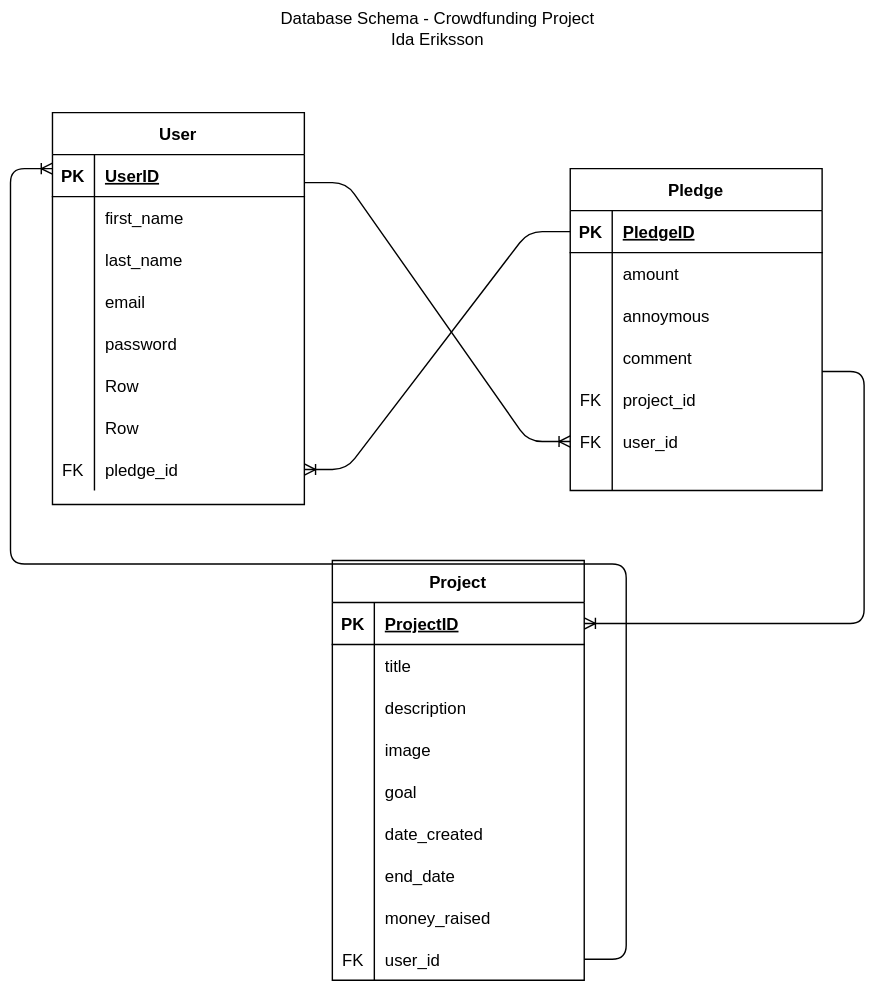
idaanna/crowdfunding_back_end keeps this draw.io diagram as cf.drawio.svg. Above is the earlier version. Source tidied: cells renumbered, new cells last; positions are measured from the earlier drawing's top-left corner, leaving out a move shared by most shapes.
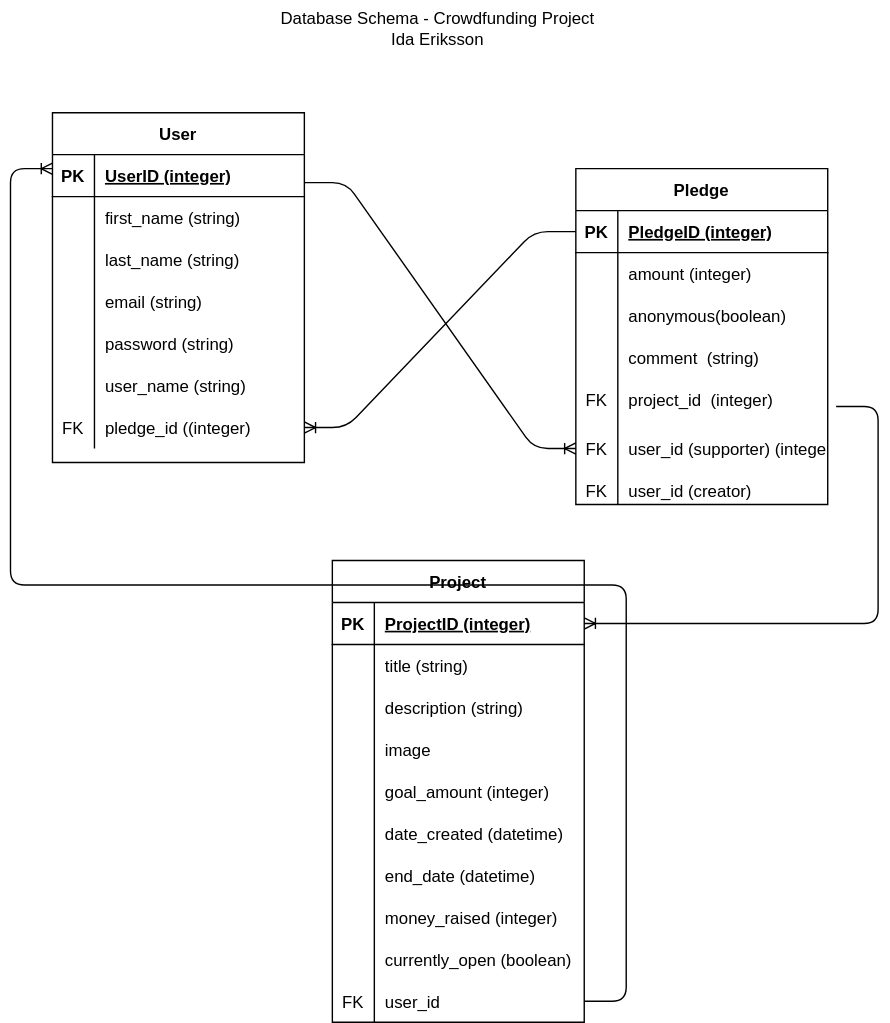
Later version of the same file.

Commit message:
Database planning updates

What changed in the source:
```diff
@@ -5,3 +5,3 @@
     <mxCell id="2" value="User" style="shape=table;startSize=30;rowLines=0;fontStyle=1;align=center;" parent="1" vertex="1">
-      <mxGeometry y="80" width="180" height="280" as="geometry" />
+      <mxGeometry y="80" width="180" height="250" as="geometry" />
     </mxCell>
@@ -13,3 +13,3 @@
     </mxCell>
-    <mxCell id="5" value="UserID" style="shape=partialRectangle;fillColor=none;top=0;left=0;bottom=0;right=0;align=left;spacingLeft=6;fontStyle=5;overflow=hidden;" parent="3" vertex="1">
+    <mxCell id="5" value="UserID (integer)" style="shape=partialRectangle;fillColor=none;top=0;left=0;bottom=0;right=0;align=left;spacingLeft=6;fontStyle=5;overflow=hidden;" parent="3" vertex="1">
       <mxGeometry x="30" width="150" height="30" as="geometry" />
@@ -22,3 +22,3 @@
     </mxCell>
-    <mxCell id="8" value="first_name" style="shape=partialRectangle;fillColor=none;top=0;left=0;bottom=0;right=0;align=left;spacingLeft=6;overflow=hidden;" parent="6" vertex="1">
+    <mxCell id="8" value="first_name (string)" style="shape=partialRectangle;fillColor=none;top=0;left=0;bottom=0;right=0;align=left;spacingLeft=6;overflow=hidden;" parent="6" vertex="1">
       <mxGeometry x="30" width="150" height="30" as="geometry" />
@@ -31,3 +31,3 @@
     </mxCell>
-    <mxCell id="11" value="last_name" style="shape=partialRectangle;fillColor=none;top=0;left=0;bottom=0;right=0;align=left;spacingLeft=6;overflow=hidden;" parent="9" vertex="1">
+    <mxCell id="11" value="last_name (string)" style="shape=partialRectangle;fillColor=none;top=0;left=0;bottom=0;right=0;align=left;spacingLeft=6;overflow=hidden;" parent="9" vertex="1">
       <mxGeometry x="30" width="150" height="30" as="geometry" />
@@ -40,3 +40,3 @@
     </mxCell>
-    <mxCell id="14" value="email" style="shape=partialRectangle;fillColor=none;top=0;left=0;bottom=0;right=0;align=left;spacingLeft=6;overflow=hidden;" parent="12" vertex="1">
+    <mxCell id="14" value="email (string)" style="shape=partialRectangle;fillColor=none;top=0;left=0;bottom=0;right=0;align=left;spacingLeft=6;overflow=hidden;" parent="12" vertex="1">
       <mxGeometry x="30" width="150" height="30" as="geometry" />
@@ -49,3 +49,3 @@
     </mxCell>
-    <mxCell id="17" value="password" style="shape=partialRectangle;fillColor=none;top=0;left=0;bottom=0;right=0;align=left;spacingLeft=6;overflow=hidden;" parent="15" vertex="1">
+    <mxCell id="17" value="password (string)" style="shape=partialRectangle;fillColor=none;top=0;left=0;bottom=0;right=0;align=left;spacingLeft=6;overflow=hidden;" parent="15" vertex="1">
       <mxGeometry x="30" width="150" height="30" as="geometry" />
@@ -58,16 +58,7 @@
     </mxCell>
-    <mxCell id="20" value="Row" style="shape=partialRectangle;fillColor=none;top=0;left=0;bottom=0;right=0;align=left;spacingLeft=6;overflow=hidden;" parent="18" vertex="1">
+    <mxCell id="20" value="user_name (string)" style="shape=partialRectangle;fillColor=none;top=0;left=0;bottom=0;right=0;align=left;spacingLeft=6;overflow=hidden;" parent="18" vertex="1">
       <mxGeometry x="30" width="150" height="30" as="geometry" />
     </mxCell>
-    <mxCell id="21" style="shape=tableRow;horizontal=0;startSize=0;swimlaneHead=0;swimlaneBody=0;fillColor=none;top=0;left=0;right=0;bottom=0;" parent="2" vertex="1">
-      <mxGeometry y="210" width="180" height="30" as="geometry" />
-    </mxCell>
-    <mxCell id="22" style="shape=partialRectangle;fillColor=none;top=0;left=0;bottom=0;right=0;overflow=hidden;" parent="21" vertex="1">
-      <mxGeometry width="30" height="30" as="geometry" />
-    </mxCell>
-    <mxCell id="23" value="Row" style="shape=partialRectangle;fillColor=none;top=0;left=0;bottom=0;right=0;align=left;spacingLeft=6;overflow=hidden;" parent="21" vertex="1">
-      <mxGeometry x="30" width="150" height="30" as="geometry" />
-    </mxCell>
     <mxCell id="24" style="shape=tableRow;horizontal=0;startSize=0;swimlaneHead=0;swimlaneBody=0;fillColor=none;points=[[0,0.5],[1,0.5]];portConstraint=eastwest;top=0;left=0;right=0;bottom=0;" parent="2" vertex="1">
-      <mxGeometry y="240" width="180" height="30" as="geometry" />
+      <mxGeometry y="210" width="180" height="30" as="geometry" />
     </mxCell>
@@ -76,3 +67,3 @@
     </mxCell>
-    <mxCell id="26" value="pledge_id" style="shape=partialRectangle;fillColor=none;top=0;left=0;bottom=0;right=0;align=left;spacingLeft=6;fontStyle=0;overflow=hidden;" parent="24" vertex="1">
+    <mxCell id="26" value="pledge_id ((integer)" style="shape=partialRectangle;fillColor=none;top=0;left=0;bottom=0;right=0;align=left;spacingLeft=6;fontStyle=0;overflow=hidden;" parent="24" vertex="1">
       <mxGeometry x="30" width="150" height="30" as="geometry" />
@@ -80,3 +71,3 @@
     <mxCell id="27" value="Pledge" style="shape=table;startSize=30;rowLines=0;fontStyle=1;align=center;" parent="1" vertex="1">
-      <mxGeometry x="370" y="120" width="180" height="230" as="geometry" />
+      <mxGeometry x="374" y="120" width="180" height="240" as="geometry" />
     </mxCell>
@@ -88,3 +79,3 @@
     </mxCell>
-    <mxCell id="30" value="PledgeID" style="shape=partialRectangle;fillColor=none;top=0;left=0;bottom=0;right=0;align=left;spacingLeft=6;fontStyle=5;overflow=hidden;" parent="28" vertex="1">
+    <mxCell id="30" value="PledgeID (integer)" style="shape=partialRectangle;fillColor=none;top=0;left=0;bottom=0;right=0;align=left;spacingLeft=6;fontStyle=5;overflow=hidden;" parent="28" vertex="1">
       <mxGeometry x="30" width="150" height="30" as="geometry" />
@@ -97,3 +88,3 @@
     </mxCell>
-    <mxCell id="33" value="amount" style="shape=partialRectangle;fillColor=none;top=0;left=0;bottom=0;right=0;align=left;spacingLeft=6;overflow=hidden;" parent="31" vertex="1">
+    <mxCell id="33" value="amount (integer)" style="shape=partialRectangle;fillColor=none;top=0;left=0;bottom=0;right=0;align=left;spacingLeft=6;overflow=hidden;" parent="31" vertex="1">
       <mxGeometry x="30" width="150" height="30" as="geometry" />
@@ -106,3 +97,3 @@
     </mxCell>
-    <mxCell id="36" value="annoymous" style="shape=partialRectangle;fillColor=none;top=0;left=0;bottom=0;right=0;align=left;spacingLeft=6;overflow=hidden;" parent="34" vertex="1">
+    <mxCell id="36" value="anonymous(boolean)" style="shape=partialRectangle;fillColor=none;top=0;left=0;bottom=0;right=0;align=left;spacingLeft=6;overflow=hidden;" parent="34" vertex="1">
       <mxGeometry x="30" width="150" height="30" as="geometry" />
@@ -115,3 +106,3 @@
     </mxCell>
-    <mxCell id="39" value="comment " style="shape=partialRectangle;fillColor=none;top=0;left=0;bottom=0;right=0;align=left;spacingLeft=6;overflow=hidden;" parent="37" vertex="1">
+    <mxCell id="39" value="comment  (string)" style="shape=partialRectangle;fillColor=none;top=0;left=0;bottom=0;right=0;align=left;spacingLeft=6;overflow=hidden;" parent="37" vertex="1">
       <mxGeometry x="30" width="150" height="30" as="geometry" />
@@ -124,3 +115,3 @@
     </mxCell>
-    <mxCell id="42" value="project_id" style="shape=partialRectangle;fillColor=none;top=0;left=0;bottom=0;right=0;align=left;spacingLeft=6;fontStyle=0;overflow=hidden;" parent="40" vertex="1">
+    <mxCell id="42" value="project_id  (integer)" style="shape=partialRectangle;fillColor=none;top=0;left=0;bottom=0;right=0;align=left;spacingLeft=6;fontStyle=0;overflow=hidden;" parent="40" vertex="1">
       <mxGeometry x="30" width="150" height="30" as="geometry" />
@@ -128,17 +119,17 @@
     <mxCell id="43" style="shape=tableRow;horizontal=0;startSize=0;swimlaneHead=0;swimlaneBody=0;fillColor=none;points=[[0,0.5],[1,0.5]];portConstraint=eastwest;top=0;left=0;right=0;bottom=0;" parent="27" vertex="1">
-      <mxGeometry y="180" width="180" height="30" as="geometry" />
+      <mxGeometry y="180" width="180" height="40" as="geometry" />
     </mxCell>
     <mxCell id="44" value="FK" style="shape=partialRectangle;fillColor=none;top=0;left=0;bottom=0;right=0;fontStyle=0;overflow=hidden;" parent="43" vertex="1">
-      <mxGeometry width="30" height="30" as="geometry" />
+      <mxGeometry width="30" height="40" as="geometry" />
     </mxCell>
-    <mxCell id="45" value="user_id" style="shape=partialRectangle;fillColor=none;top=0;left=0;bottom=0;right=0;align=left;spacingLeft=6;fontStyle=0;overflow=hidden;" parent="43" vertex="1">
-      <mxGeometry x="30" width="150" height="30" as="geometry" />
+    <mxCell id="45" value="user_id (supporter) (integer)" style="shape=partialRectangle;fillColor=none;top=0;left=0;bottom=0;right=0;align=left;spacingLeft=6;fontStyle=0;overflow=hidden;" parent="43" vertex="1">
+      <mxGeometry x="30" width="150" height="40" as="geometry" />
     </mxCell>
     <mxCell id="46" style="shape=tableRow;horizontal=0;startSize=0;swimlaneHead=0;swimlaneBody=0;fillColor=none;top=0;left=0;right=0;bottom=0;" parent="27" vertex="1">
-      <mxGeometry y="210" width="180" height="20" as="geometry" />
+      <mxGeometry y="220" width="180" height="20" as="geometry" />
     </mxCell>
-    <mxCell id="47" style="shape=partialRectangle;fillColor=none;top=0;left=0;bottom=0;right=0;overflow=hidden;" parent="46" vertex="1">
+    <mxCell id="47" value="FK" style="shape=partialRectangle;fillColor=none;top=0;left=0;bottom=0;right=0;overflow=hidden;" parent="46" vertex="1">
       <mxGeometry width="30" height="20" as="geometry" />
     </mxCell>
-    <mxCell id="48" style="shape=partialRectangle;fillColor=none;top=0;left=0;bottom=0;right=0;align=left;spacingLeft=6;overflow=hidden;" parent="46" vertex="1">
+    <mxCell id="48" value="user_id (creator)" style="shape=partialRectangle;fillColor=none;top=0;left=0;bottom=0;right=0;align=left;spacingLeft=6;overflow=hidden;" parent="46" vertex="1">
       <mxGeometry x="30" width="150" height="20" as="geometry" />
@@ -146,3 +137,3 @@
     <mxCell id="49" value="Project" style="shape=table;startSize=30;rowLines=0;fontStyle=1;align=center;" parent="1" vertex="1">
-      <mxGeometry x="200" y="400" width="180" height="300" as="geometry" />
+      <mxGeometry x="200" y="400" width="180" height="330" as="geometry" />
     </mxCell>
@@ -154,3 +145,3 @@
     </mxCell>
-    <mxCell id="52" value="ProjectID" style="shape=partialRectangle;fillColor=none;top=0;left=0;bottom=0;right=0;align=left;spacingLeft=6;fontStyle=5;overflow=hidden;" parent="50" vertex="1">
+    <mxCell id="52" value="ProjectID (integer)" style="shape=partialRectangle;fillColor=none;top=0;left=0;bottom=0;right=0;align=left;spacingLeft=6;fontStyle=5;overflow=hidden;" parent="50" vertex="1">
       <mxGeometry x="30" width="150" height="30" as="geometry" />
@@ -163,3 +154,3 @@
     </mxCell>
-    <mxCell id="55" value="title" style="shape=partialRectangle;fillColor=none;top=0;left=0;bottom=0;right=0;align=left;spacingLeft=6;overflow=hidden;" parent="53" vertex="1">
+    <mxCell id="55" value="title (string)" style="shape=partialRectangle;fillColor=none;top=0;left=0;bottom=0;right=0;align=left;spacingLeft=6;overflow=hidden;" parent="53" vertex="1">
       <mxGeometry x="30" width="150" height="30" as="geometry" />
@@ -172,3 +163,3 @@
     </mxCell>
-    <mxCell id="58" value="description" style="shape=partialRectangle;fillColor=none;top=0;left=0;bottom=0;right=0;align=left;spacingLeft=6;overflow=hidden;" parent="56" vertex="1">
+    <mxCell id="58" value="description (string)" style="shape=partialRectangle;fillColor=none;top=0;left=0;bottom=0;right=0;align=left;spacingLeft=6;overflow=hidden;" parent="56" vertex="1">
       <mxGeometry x="30" width="150" height="30" as="geometry" />
@@ -190,3 +181,3 @@
     </mxCell>
-    <mxCell id="64" value="goal" style="shape=partialRectangle;fillColor=none;top=0;left=0;bottom=0;right=0;align=left;spacingLeft=6;overflow=hidden;" parent="62" vertex="1">
+    <mxCell id="64" value="goal_amount (integer)" style="shape=partialRectangle;fillColor=none;top=0;left=0;bottom=0;right=0;align=left;spacingLeft=6;overflow=hidden;" parent="62" vertex="1">
       <mxGeometry x="30" width="150" height="30" as="geometry" />
@@ -199,3 +190,3 @@
     </mxCell>
-    <mxCell id="67" value="date_created" style="shape=partialRectangle;fillColor=none;top=0;left=0;bottom=0;right=0;align=left;spacingLeft=6;overflow=hidden;" parent="65" vertex="1">
+    <mxCell id="67" value="date_created (datetime)" style="shape=partialRectangle;fillColor=none;top=0;left=0;bottom=0;right=0;align=left;spacingLeft=6;overflow=hidden;" parent="65" vertex="1">
       <mxGeometry x="30" width="150" height="30" as="geometry" />
@@ -208,3 +199,3 @@
     </mxCell>
-    <mxCell id="70" value="end_date" style="shape=partialRectangle;fillColor=none;top=0;left=0;bottom=0;right=0;align=left;spacingLeft=6;overflow=hidden;" parent="68" vertex="1">
+    <mxCell id="70" value="end_date (datetime)" style="shape=partialRectangle;fillColor=none;top=0;left=0;bottom=0;right=0;align=left;spacingLeft=6;overflow=hidden;" parent="68" vertex="1">
       <mxGeometry x="30" width="150" height="30" as="geometry" />
@@ -217,7 +208,16 @@
     </mxCell>
-    <mxCell id="73" value="money_raised" style="shape=partialRectangle;fillColor=none;top=0;left=0;bottom=0;right=0;align=left;spacingLeft=6;overflow=hidden;" parent="71" vertex="1">
+    <mxCell id="73" value="money_raised (integer)" style="shape=partialRectangle;fillColor=none;top=0;left=0;bottom=0;right=0;align=left;spacingLeft=6;overflow=hidden;" parent="71" vertex="1">
       <mxGeometry x="30" width="150" height="30" as="geometry" />
     </mxCell>
+    <mxCell id="21" style="shape=tableRow;horizontal=0;startSize=0;swimlaneHead=0;swimlaneBody=0;fillColor=none;top=0;left=0;right=0;bottom=0;" parent="49" vertex="1">
+      <mxGeometry y="270" width="180" height="30" as="geometry" />
+    </mxCell>
+    <mxCell id="22" style="shape=partialRectangle;fillColor=none;top=0;left=0;bottom=0;right=0;overflow=hidden;" parent="21" vertex="1">
+      <mxGeometry width="30" height="30" as="geometry" />
+    </mxCell>
+    <mxCell id="23" value="currently_open (boolean)" style="shape=partialRectangle;fillColor=none;top=0;left=0;bottom=0;right=0;align=left;spacingLeft=6;overflow=hidden;" parent="21" vertex="1">
+      <mxGeometry x="30" width="150" height="30" as="geometry" />
+    </mxCell>
     <mxCell id="74" style="shape=tableRow;horizontal=0;startSize=0;swimlaneHead=0;swimlaneBody=0;fillColor=none;points=[[0,0.5],[1,0.5]];portConstraint=eastwest;top=0;left=0;right=0;bottom=0;" parent="49" vertex="1">
-      <mxGeometry y="270" width="180" height="30" as="geometry" />
+      <mxGeometry y="300" width="180" height="30" as="geometry" />
     </mxCell>
@@ -242,3 +242,3 @@
       <mxGeometry relative="1" as="geometry">
-        <mxPoint x="550" y="265" as="sourcePoint" />
+        <mxPoint x="560" y="290" as="sourcePoint" />
       </mxGeometry>
```
